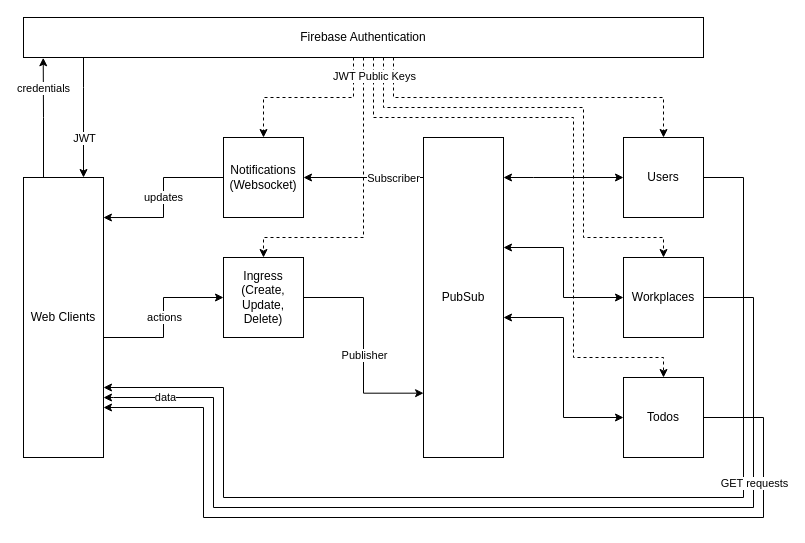
The draw.io diagram Untitled Diagram.drawio in NWylynko/Overbuilt-Todo-app, before the edit. Source tidied: cells renumbered, new cells numbered last; positions are measured from the earlier drawing's top-left corner, leaving out a move shared by most shapes. Both pictures are drawn from the tidied source at 100%, with x=0, y=0 at pixel (23, 17).
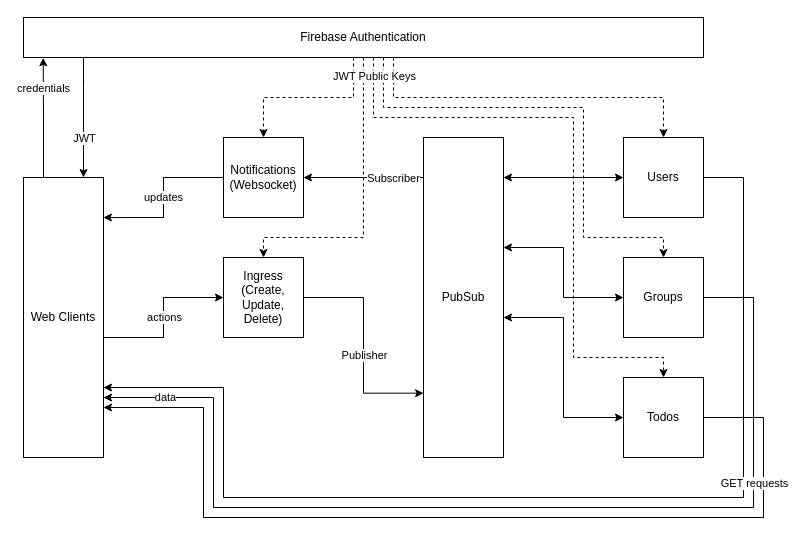
Above is the later version.

Change to the diagram source:
```diff
@@
-    <mxCell id="25" value="Workplaces" style="whiteSpace=wrap;html=1;" parent="1" vertex="1">
+    <mxCell id="25" value="Groups" style="whiteSpace=wrap;html=1;" parent="1" vertex="1">
       <mxGeometry x="600" y="240" width="80" height="80" as="geometry" />
     </mxCell>
```
